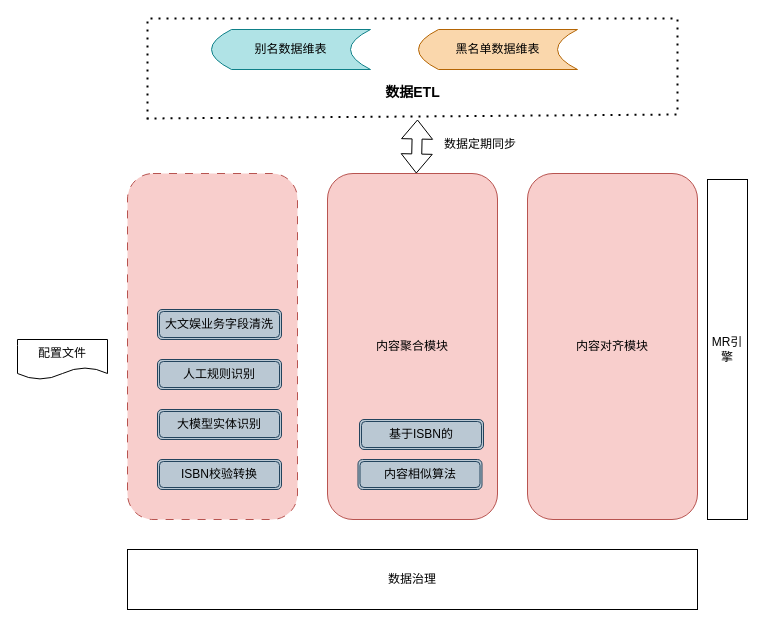
Luoxun1989/work-graph keeps this draw.io diagram as 数据对齐拉平.drawio. Above is the earlier version. Source tidied: cells renumbered, new cells numbered last; positions are measured from the earlier drawing's top-left corner, leaving out a move shared by most shapes. Both pictures are drawn from the tidied source at 100%, with x=0, y=0 at pixel (17, 18).
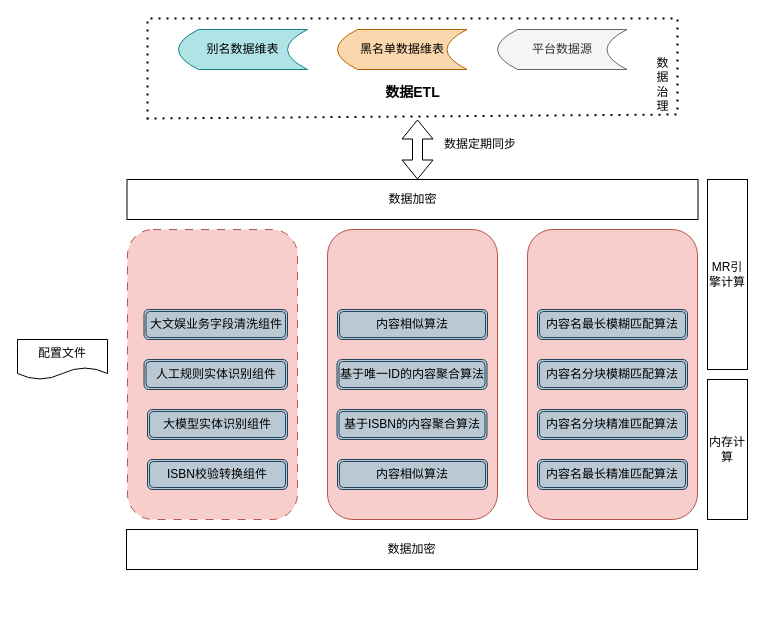
After the change.

Commit message (it also covers changes not shown here):
更新数据对齐拉平.drawio

The edit, as a diff of the source:
```diff
@@
     <mxCell id="2" style="rounded=1;whiteSpace=wrap;html=1;fillColor=#f8cecc;strokeColor=#b85450;dashed=1;dashPattern=8 8;align=right;" parent="1" vertex="1">
-      <mxGeometry x="110" y="155" width="170" height="346" as="geometry" />
+      <mxGeometry x="110" y="211" width="170" height="290" as="geometry" />
     </mxCell>
-    <mxCell id="3" value="内容聚合模块" style="rounded=1;whiteSpace=wrap;html=1;fillColor=#f8cecc;strokeColor=#b85450;" parent="1" vertex="1">
-      <mxGeometry x="310" y="155" width="170" height="346" as="geometry" />
+    <mxCell id="3" style="rounded=1;whiteSpace=wrap;html=1;fillColor=#f8cecc;strokeColor=#b85450;" parent="1" vertex="1">
+      <mxGeometry x="310" y="211" width="170" height="290" as="geometry" />
     </mxCell>
-    <mxCell id="4" value="内容对齐模块" style="rounded=1;whiteSpace=wrap;html=1;fillColor=#f8cecc;strokeColor=#b85450;" parent="1" vertex="1">
-      <mxGeometry x="510" y="155" width="170" height="346" as="geometry" />
+    <mxCell id="4" style="rounded=1;whiteSpace=wrap;html=1;fillColor=#f8cecc;strokeColor=#b85450;" parent="1" vertex="1">
+      <mxGeometry x="510" y="211" width="170" height="290" as="geometry" />
     </mxCell>
     <mxCell id="5" value="别名数据维表" style="shape=dataStorage;whiteSpace=wrap;html=1;fixedSize=1;fillColor=#b0e3e6;strokeColor=#0e8088;" parent="1" vertex="1">
-      <mxGeometry x="194" y="11" width="159" height="40" as="geometry" />
+      <mxGeometry x="161" y="11" width="129" height="40" as="geometry" />
     </mxCell>
@@
     <mxCell id="7" value="黑名单数据维表" style="shape=dataStorage;whiteSpace=wrap;html=1;fixedSize=1;fillColor=#fad7ac;strokeColor=#b46504;" parent="1" vertex="1">
-      <mxGeometry x="401" y="11" width="159" height="40" as="geometry" />
+      <mxGeometry x="320" y="11" width="129.5" height="40" as="geometry" />
     </mxCell>
@@
-    <mxCell id="10" style="shape=flexArrow;endArrow=classic;startArrow=classic;html=1;rounded=0;" parent="1" edge="1" target="3">
+    <mxCell id="10" style="shape=flexArrow;endArrow=classic;startArrow=classic;html=1;rounded=0;" parent="1" edge="1">
       <mxGeometry relative="1" as="geometry">
         <mxPoint x="400" y="101" as="sourcePoint" />
+        <mxPoint x="400" y="161" as="targetPoint" />
       </mxGeometry>
     </mxCell>
@@
-    <mxCell id="13" value="ISBN校验转换" style="shape=ext;double=1;rounded=1;whiteSpace=wrap;html=1;fillColor=#bac8d3;strokeColor=#23445d;glass=0;shadow=0;" parent="1" vertex="1">
-      <mxGeometry x="140" y="441" width="124" height="30" as="geometry" />
+    <mxCell id="13" value="ISBN校验转换组件" style="shape=ext;double=1;rounded=1;whiteSpace=wrap;html=1;fillColor=#bac8d3;strokeColor=#23445d;glass=0;shadow=0;" parent="1" vertex="1">
+      <mxGeometry x="130" y="441" width="140" height="30" as="geometry" />
     </mxCell>
     <mxCell id="14" value="内容相似算法" style="shape=ext;double=1;rounded=1;whiteSpace=wrap;html=1;fillColor=#bac8d3;strokeColor=#23445d;glass=0;shadow=0;" parent="1" vertex="1">
-      <mxGeometry x="340.5" y="441" width="124" height="30" as="geometry" />
+      <mxGeometry x="320" y="441" width="150" height="30" as="geometry" />
     </mxCell>
-    <mxCell id="15" value="大模型实体识别" style="shape=ext;double=1;rounded=1;whiteSpace=wrap;html=1;fillColor=#bac8d3;strokeColor=#23445d;glass=0;shadow=0;" parent="1" vertex="1">
-      <mxGeometry x="140" y="391" width="124" height="30" as="geometry" />
+    <mxCell id="15" value="大模型实体识别组件" style="shape=ext;double=1;rounded=1;whiteSpace=wrap;html=1;fillColor=#bac8d3;strokeColor=#23445d;glass=0;shadow=0;" parent="1" vertex="1">
+      <mxGeometry x="130" y="391" width="140" height="30" as="geometry" />
     </mxCell>
-    <mxCell id="16" value="人工规则识别" style="shape=ext;double=1;rounded=1;whiteSpace=wrap;html=1;fillColor=#bac8d3;strokeColor=#23445d;glass=0;shadow=0;" parent="1" vertex="1">
-      <mxGeometry x="140" y="341" width="124" height="30" as="geometry" />
+    <mxCell id="16" value="人工规则实体识别组件" style="shape=ext;double=1;rounded=1;whiteSpace=wrap;html=1;fillColor=#bac8d3;strokeColor=#23445d;glass=0;shadow=0;" parent="1" vertex="1">
+      <mxGeometry x="126.5" y="341" width="143.5" height="30" as="geometry" />
     </mxCell>
-    <mxCell id="17" value="大文娱业务字段清洗" style="shape=ext;double=1;rounded=1;whiteSpace=wrap;html=1;fillColor=#bac8d3;strokeColor=#23445d;glass=0;shadow=0;" parent="1" vertex="1">
-      <mxGeometry x="140" y="291" width="124" height="30" as="geometry" />
+    <mxCell id="17" value="大文娱业务字段清洗组件" style="shape=ext;double=1;rounded=1;whiteSpace=wrap;html=1;fillColor=#bac8d3;strokeColor=#23445d;glass=0;shadow=0;" parent="1" vertex="1">
+      <mxGeometry x="126.5" y="291" width="143.5" height="30" as="geometry" />
     </mxCell>
-    <mxCell id="18" value="数据治理" style="rounded=0;whiteSpace=wrap;html=1;" parent="1" vertex="1">
-      <mxGeometry x="110" y="531" width="570" height="60" as="geometry" />
-    </mxCell>
-    <mxCell id="19" value="MR引擎" style="rounded=0;whiteSpace=wrap;html=1;" parent="1" vertex="1">
-      <mxGeometry x="690" y="161" width="40" height="340" as="geometry" />
+    <mxCell id="19" value="MR引擎计算" style="rounded=0;whiteSpace=wrap;html=1;" parent="1" vertex="1">
+      <mxGeometry x="690" y="161" width="40" height="190" as="geometry" />
     </mxCell>
-    <mxCell id="20" value="基于ISBN的" style="shape=ext;double=1;rounded=1;whiteSpace=wrap;html=1;fillColor=#bac8d3;strokeColor=#23445d;glass=0;shadow=0;" parent="1" vertex="1">
-      <mxGeometry x="342" y="401" width="124" height="30" as="geometry" />
+    <mxCell id="20" value="基于ISBN的内容聚合算法" style="shape=ext;double=1;rounded=1;whiteSpace=wrap;html=1;fillColor=#bac8d3;strokeColor=#23445d;glass=0;shadow=0;" parent="1" vertex="1">
+      <mxGeometry x="319.5" y="391" width="150" height="30" as="geometry" />
     </mxCell>
+    <mxCell id="18" value="&lt;span style=&quot;text-wrap: wrap;&quot;&gt;数据治理&lt;/span&gt;" style="text;html=1;align=center;verticalAlign=middle;strokeColor=none;fillColor=none;" parent="1" vertex="1">
+      <mxGeometry x="610" y="51" width="70" height="30" as="geometry" />
+    </mxCell>
+    <mxCell id="21" value="基于唯一ID的内容聚合算法" style="shape=ext;double=1;rounded=1;whiteSpace=wrap;html=1;fillColor=#bac8d3;strokeColor=#23445d;glass=0;shadow=0;" parent="1" vertex="1">
+      <mxGeometry x="319.5" y="341" width="150" height="30" as="geometry" />
+    </mxCell>
+    <mxCell id="22" value="内存计算" style="rounded=0;whiteSpace=wrap;html=1;" parent="1" vertex="1">
+      <mxGeometry x="690" y="361" width="40" height="140" as="geometry" />
+    </mxCell>
+    <mxCell id="23" value="平台数据源" style="shape=dataStorage;whiteSpace=wrap;html=1;fixedSize=1;fillColor=#f5f5f5;strokeColor=#666666;fontColor=#333333;" parent="1" vertex="1">
+      <mxGeometry x="480" y="11" width="129.5" height="40" as="geometry" />
+    </mxCell>
+    <mxCell id="24" value="数据加密" style="rounded=0;whiteSpace=wrap;html=1;" parent="1" vertex="1">
+      <mxGeometry x="109" y="511" width="571" height="40" as="geometry" />
+    </mxCell>
+    <mxCell id="25" value="内容名最长精准匹配算法" style="shape=ext;double=1;rounded=1;whiteSpace=wrap;html=1;fillColor=#bac8d3;strokeColor=#23445d;glass=0;shadow=0;" parent="1" vertex="1">
+      <mxGeometry x="520" y="441" width="150" height="30" as="geometry" />
+    </mxCell>
+    <mxCell id="26" value="内容名分块精准匹配算法" style="shape=ext;double=1;rounded=1;whiteSpace=wrap;html=1;fillColor=#bac8d3;strokeColor=#23445d;glass=0;shadow=0;" parent="1" vertex="1">
+      <mxGeometry x="520" y="391" width="150" height="30" as="geometry" />
+    </mxCell>
+    <mxCell id="27" value="内容名分块模糊匹配算法" style="shape=ext;double=1;rounded=1;whiteSpace=wrap;html=1;fillColor=#bac8d3;strokeColor=#23445d;glass=0;shadow=0;" parent="1" vertex="1">
+      <mxGeometry x="520" y="341" width="150" height="30" as="geometry" />
+    </mxCell>
+    <mxCell id="28" value="内容名最长模糊匹配算法" style="shape=ext;double=1;rounded=1;whiteSpace=wrap;html=1;fillColor=#bac8d3;strokeColor=#23445d;glass=0;shadow=0;" parent="1" vertex="1">
+      <mxGeometry x="520" y="291" width="150" height="30" as="geometry" />
+    </mxCell>
+    <mxCell id="29" value="内容相似算法" style="shape=ext;double=1;rounded=1;whiteSpace=wrap;html=1;fillColor=#bac8d3;strokeColor=#23445d;glass=0;shadow=0;" parent="1" vertex="1">
+      <mxGeometry x="320" y="291" width="150" height="30" as="geometry" />
+    </mxCell>
+    <mxCell id="30" value="数据加密" style="rounded=0;whiteSpace=wrap;html=1;" parent="1" vertex="1">
+      <mxGeometry x="109.5" y="161" width="571" height="40" as="geometry" />
+    </mxCell>
```
